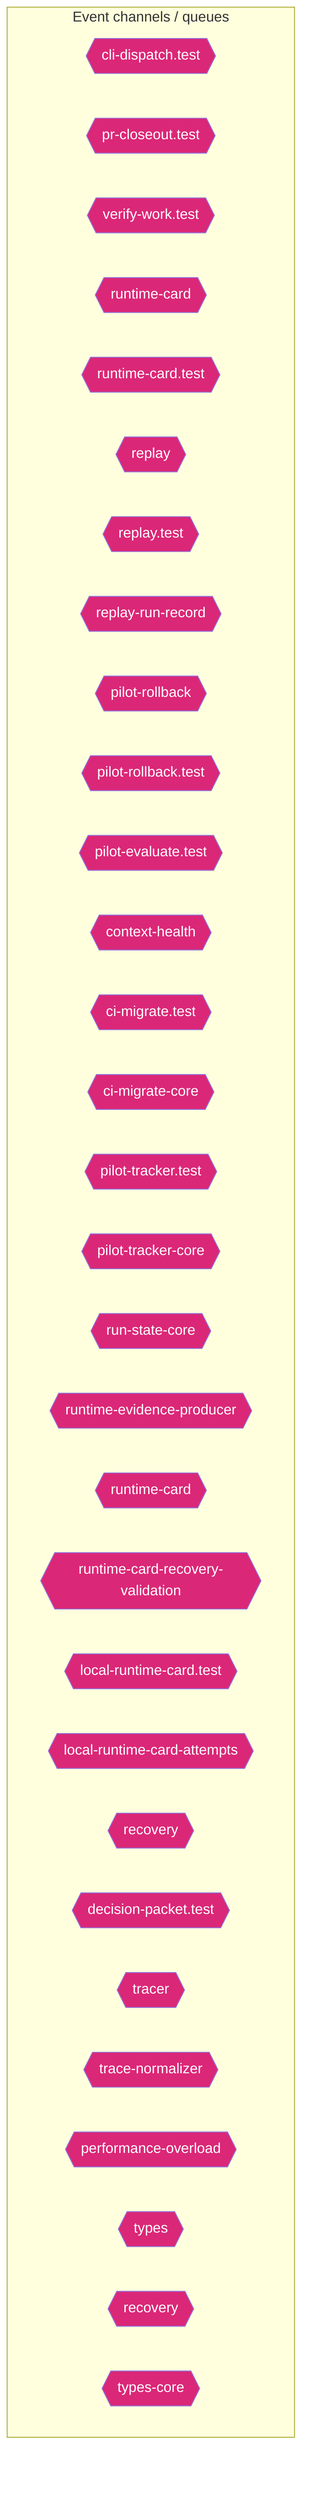
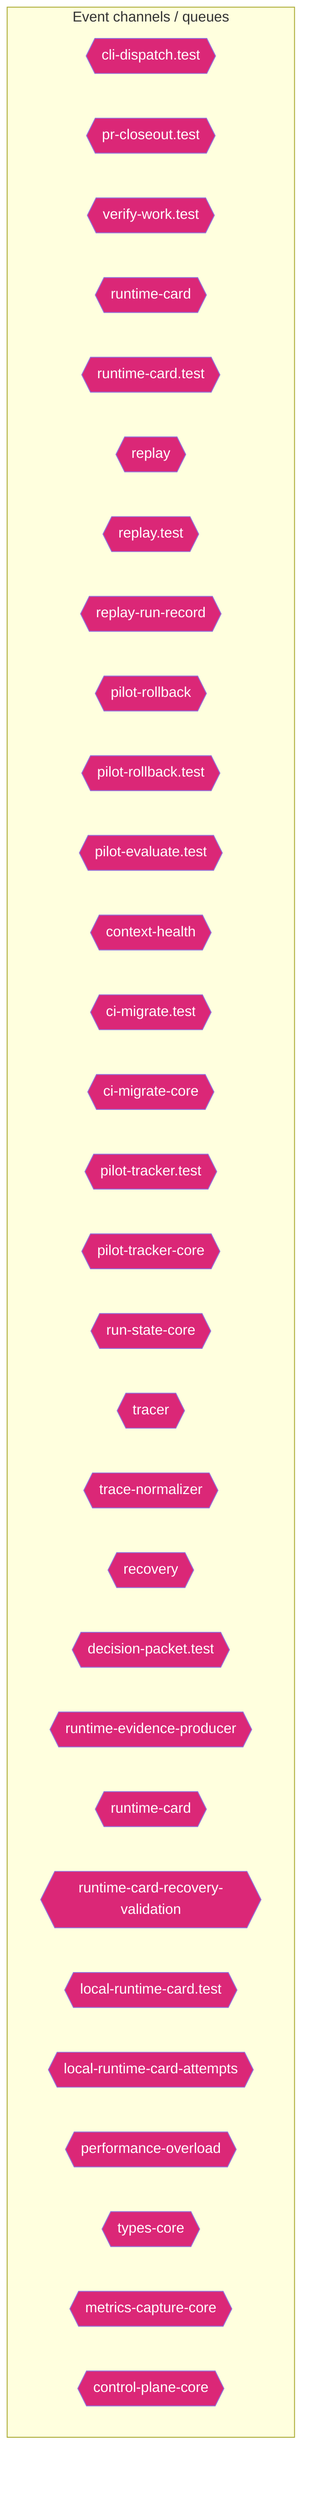
flowchart TD
  subgraph Channels["Event channels / queues"]
    cli_dispatch_test_54c9f17b{{"cli-dispatch.test"}}
    pr_closeout_test_12a1ffdd{{"pr-closeout.test"}}
    verify_work_test_0e12f6c5{{"verify-work.test"}}
    runtime_card_e06b53e1{{"runtime-card"}}
    runtime_card_test_af812837{{"runtime-card.test"}}
    replay_ac203c98{{"replay"}}
    replay_test_935f7436{{"replay.test"}}
    replay_run_record_9a08cce2{{"replay-run-record"}}
    pilot_rollback_00c1f82c{{"pilot-rollback"}}
    pilot_rollback_test_e61d5a2b{{"pilot-rollback.test"}}
    pilot_evaluate_test_a2ac06fc{{"pilot-evaluate.test"}}
    context_health_80bb7da9{{"context-health"}}
    ci_migrate_test_2a015bb9{{"ci-migrate.test"}}
    ci_migrate_core_7005b5af{{"ci-migrate-core"}}
    pilot_tracker_test_80398a66{{"pilot-tracker.test"}}
    pilot_tracker_core_80d8ac96{{"pilot-tracker-core"}}
    run_state_core_25a955bc{{"run-state-core"}}
+     tracer_1e6243a2{{"tracer"}}
+     trace_normalizer_cb1be1d2{{"trace-normalizer"}}
+     recovery_8c585378{{"recovery"}}
+     decision_packet_test_9ea0e97b{{"decision-packet.test"}}
    runtime_evidence_producer_ea388cb5{{"runtime-evidence-producer"}}
    runtime_card_1_465a49d2{{"runtime-card"}}
    runtime_card_recovery_validation_e216d883{{"runtime-card-recovery-validation"}}
    local_runtime_card_test_b508222b{{"local-runtime-card.test"}}
    local_runtime_card_attempts_28aa46ea{{"local-runtime-card-attempts"}}
-     recovery_8c585378{{"recovery"}}
-     decision_packet_test_9ea0e97b{{"decision-packet.test"}}
-     tracer_1e6243a2{{"tracer"}}
-     trace_normalizer_cb1be1d2{{"trace-normalizer"}}
    performance_overload_c685bfcf{{"performance-overload"}}
-     types_8_f6283648{{"types"}}
-     recovery_1_4d1804ab{{"recovery"}}
    types_core_e405ddca{{"types-core"}}
+     metrics_capture_core_db4bf7cf{{"metrics-capture-core"}}
+     control_plane_core_db3b4cb2{{"control-plane-core"}}
  end
  classDef eventNode fill:#db2777,color:#fff
-   class cli_dispatch_test_54c9f17b,pr_closeout_test_12a1ffdd,verify_work_test_0e12f6c5,runtime_card_e06b53e1,runtime_card_test_af812837,replay_ac203c98,replay_test_935f7436,replay_run_record_9a08cce2,pilot_rollback_00c1f82c,pilot_rollback_test_e61d5a2b,pilot_evaluate_test_a2ac06fc,context_health_80bb7da9,ci_migrate_test_2a015bb9,ci_migrate_core_7005b5af,pilot_tracker_test_80398a66,pilot_tracker_core_80d8ac96,run_state_core_25a955bc,runtime_evidence_producer_ea388cb5,runtime_card_1_465a49d2,runtime_card_recovery_validation_e216d883,local_runtime_card_test_b508222b,local_runtime_card_attempts_28aa46ea,recovery_8c585378,decision_packet_test_9ea0e97b,tracer_1e6243a2,trace_normalizer_cb1be1d2,performance_overload_c685bfcf,types_8_f6283648,recovery_1_4d1804ab,types_core_e405ddca eventNode
+   class cli_dispatch_test_54c9f17b,pr_closeout_test_12a1ffdd,verify_work_test_0e12f6c5,runtime_card_e06b53e1,runtime_card_test_af812837,replay_ac203c98,replay_test_935f7436,replay_run_record_9a08cce2,pilot_rollback_00c1f82c,pilot_rollback_test_e61d5a2b,pilot_evaluate_test_a2ac06fc,context_health_80bb7da9,ci_migrate_test_2a015bb9,ci_migrate_core_7005b5af,pilot_tracker_test_80398a66,pilot_tracker_core_80d8ac96,run_state_core_25a955bc,tracer_1e6243a2,trace_normalizer_cb1be1d2,recovery_8c585378,decision_packet_test_9ea0e97b,runtime_evidence_producer_ea388cb5,runtime_card_1_465a49d2,runtime_card_recovery_validation_e216d883,local_runtime_card_test_b508222b,local_runtime_card_attempts_28aa46ea,performance_overload_c685bfcf,types_core_e405ddca,metrics_capture_core_db4bf7cf,control_plane_core_db3b4cb2 eventNode
